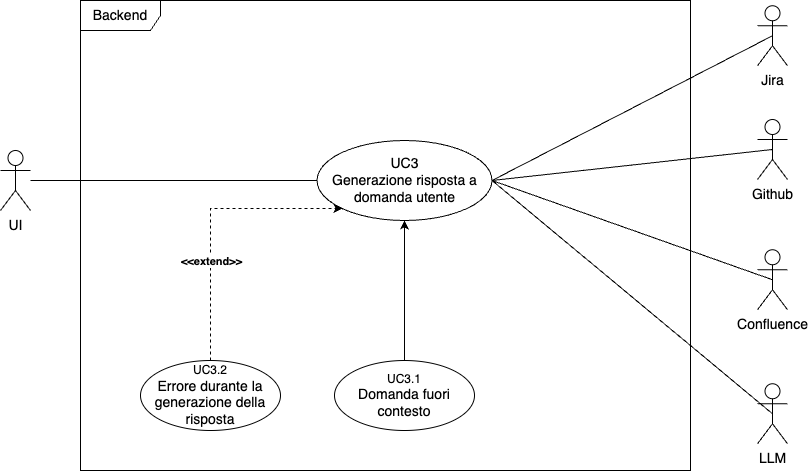
This is images/analisi-dei-requisiti/UC_elab_domanda.png from SweeTenTeam/Docs, a draw.io export, as it was before one commit. Source tidied: cells renumbered, new cells last; positions are measured from the earlier drawing's top-left corner, leaving out a move shared by most shapes.
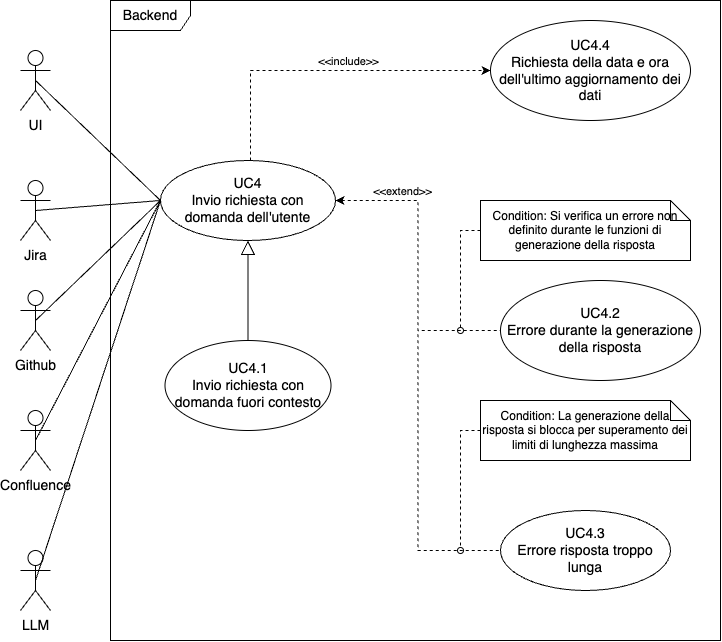
Later version of the same file.

Change to the diagram source:
```diff
@@ -3,62 +3,94 @@
     <mxCell id="0" />
     <mxCell id="1" parent="0" />
     <mxCell id="2" value="Backend" style="shape=umlFrame;whiteSpace=wrap;html=1;width=80;height=30;fontSize=14;" parent="1" vertex="1">
-      <mxGeometry x="80" width="610" height="470" as="geometry" />
+      <mxGeometry x="80" width="610" height="640" as="geometry" />
     </mxCell>
+    <mxCell id="19" style="edgeStyle=orthogonalEdgeStyle;rounded=0;jettySize=auto;html=1;entryX=0;entryY=0.5;entryDx=0;entryDy=0;endArrow=none;startFill=1;startArrow=classic;dashed=1;" parent="1" edge="1" source="3" target="14">
+      <mxGeometry relative="1" as="geometry" />
+    </mxCell>
+    <mxCell id="20" style="edgeStyle=orthogonalEdgeStyle;rounded=0;jettySize=auto;html=1;entryX=0;entryY=0.5;entryDx=0;entryDy=0;endArrow=none;startFill=1;startArrow=classic;dashed=1;" parent="1" edge="1" source="3" target="24">
+      <mxGeometry relative="1" as="geometry" />
+    </mxCell>
+    <mxCell id="13" value="&amp;lt;&amp;lt;extend&amp;gt;&amp;gt;" style="edgeLabel;html=1;align=center;verticalAlign=middle;" parent="20" vertex="1">
+      <mxGeometry x="-0.69" y="2" relative="1" as="geometry">
+        <mxPoint x="-12" y="-8" as="offset" />
+      </mxGeometry>
+    </mxCell>
+    <mxCell id="21" style="edgeStyle=orthogonalEdgeStyle;rounded=0;jettySize=auto;html=1;entryX=0;entryY=0.5;entryDx=0;entryDy=0;dashed=1;" parent="1" edge="1" source="3" target="29">
+      <mxGeometry relative="1" as="geometry">
+        <Array as="points">
+          <mxPoint x="220" y="70" />
+        </Array>
+      </mxGeometry>
+    </mxCell>
+    <mxCell id="22" value="&amp;lt;&amp;lt;include&amp;gt;&amp;gt;" style="edgeLabel;html=1;align=center;verticalAlign=middle;" parent="21" vertex="1">
+      <mxGeometry x="0.13" y="-2" relative="1" as="geometry">
+        <mxPoint x="1" y="-12" as="offset" />
+      </mxGeometry>
+    </mxCell>
-    <mxCell id="3" value="UC3&lt;div&gt;Generazione risposta a domanda utente&lt;/div&gt;" style="ellipse;whiteSpace=wrap;html=1;fontSize=14;" parent="1" vertex="1">
-      <mxGeometry x="316.5" y="140" width="175" height="80" as="geometry" />
+    <mxCell id="3" value="UC4&lt;div&gt;Invio richiesta con domanda dell'utente&lt;/div&gt;" style="ellipse;whiteSpace=wrap;html=1;fontSize=14;" parent="1" vertex="1">
+      <mxGeometry x="130" y="160" width="175" height="80" as="geometry" />
     </mxCell>
-    <mxCell id="4" style="edgeStyle=orthogonalEdgeStyle;rounded=0;jettySize=auto;html=1;endArrow=none;endFill=0;entryX=0;entryY=0.5;entryDx=0;entryDy=0;" parent="1" edge="1" source="5" target="3">
-      <mxGeometry relative="1" as="geometry" />
-    </mxCell>
     <mxCell id="5" value="UI" style="shape=umlActor;verticalLabelPosition=bottom;verticalAlign=top;html=1;fontSize=14;" parent="1" vertex="1">
-      <mxGeometry y="150" width="30" height="60" as="geometry" />
+      <mxGeometry x="-10" y="50" width="30" height="60" as="geometry" />
     </mxCell>
     <mxCell id="6" value="Jira" style="shape=umlActor;verticalLabelPosition=bottom;verticalAlign=top;html=1;fontSize=14;" parent="1" vertex="1">
-      <mxGeometry x="757" y="5.2" width="30" height="60" as="geometry" />
+      <mxGeometry x="-10" y="180" width="30" height="60" as="geometry" />
     </mxCell>
     <mxCell id="7" value="Github" style="shape=umlActor;verticalLabelPosition=bottom;verticalAlign=top;html=1;fontSize=14;" parent="1" vertex="1">
-      <mxGeometry x="757" y="119" width="30" height="60" as="geometry" />
+      <mxGeometry x="-10" y="290" width="30" height="60" as="geometry" />
     </mxCell>
     <mxCell id="8" value="Confluence" style="shape=umlActor;verticalLabelPosition=bottom;verticalAlign=top;html=1;fontSize=14;" parent="1" vertex="1">
-      <mxGeometry x="757" y="249.2" width="30" height="60" as="geometry" />
+      <mxGeometry x="-10" y="410" width="30" height="60" as="geometry" />
     </mxCell>
-    <mxCell id="9" style="edgeStyle=orthogonalEdgeStyle;rounded=0;jettySize=auto;html=1;entryX=0.5;entryY=1;entryDx=0;entryDy=0;" parent="1" edge="1" source="10" target="3">
+    <mxCell id="9" style="edgeStyle=orthogonalEdgeStyle;rounded=0;jettySize=auto;html=1;entryX=0.5;entryY=1;entryDx=0;entryDy=0;endArrow=block;endFill=0;strokeWidth=1;targetPerimeterSpacing=0;endSize=12;" parent="1" edge="1" source="10" target="3">
       <mxGeometry relative="1" as="geometry" />
     </mxCell>
-    <mxCell id="10" value="&lt;div&gt;UC3.1&lt;/div&gt;&lt;font style=&quot;font-size: 14px;&quot;&gt;Domanda fuori contesto&lt;/font&gt;" style="ellipse;whiteSpace=wrap;html=1;" parent="1" vertex="1">
-      <mxGeometry x="334" y="360" width="140" height="70" as="geometry" />
+    <mxCell id="10" value="&lt;div&gt;&lt;font style=&quot;font-size: 14px;&quot;&gt;UC4.1&lt;/font&gt;&lt;/div&gt;&lt;font style=&quot;font-size: 14px;&quot;&gt;Invio richiesta con domanda fuori contesto&lt;/font&gt;" style="ellipse;whiteSpace=wrap;html=1;" parent="1" vertex="1">
+      <mxGeometry x="134.5" y="340" width="166" height="90" as="geometry" />
     </mxCell>
     <mxCell id="11" value="LLM" style="shape=umlActor;verticalLabelPosition=bottom;verticalAlign=top;html=1;fontSize=14;" parent="1" vertex="1">
-      <mxGeometry x="757" y="383.2" width="30" height="60" as="geometry" />
+      <mxGeometry x="-10" y="550" width="30" height="60" as="geometry" />
     </mxCell>
-    <mxCell id="12" style="edgeStyle=orthogonalEdgeStyle;rounded=0;jettySize=auto;html=1;dashed=1;exitX=0.5;exitY=0;exitDx=0;exitDy=0;" parent="1" edge="1" source="14">
-      <mxGeometry relative="1" as="geometry">
-        <mxPoint x="342" y="208" as="targetPoint" />
-        <Array as="points">
-          <mxPoint x="210" y="208" />
-        </Array>
-      </mxGeometry>
-    </mxCell>
-    <mxCell id="13" value="&lt;b&gt;&amp;lt;&amp;lt;extend&amp;gt;&amp;gt;&lt;/b&gt;" style="edgeLabel;html=1;align=center;verticalAlign=middle;" parent="12" vertex="1">
-      <mxGeometry x="0.82" y="4" relative="1" as="geometry">
-        <mxPoint x="-106" y="56" as="offset" />
-      </mxGeometry>
-    </mxCell>
-    <mxCell id="14" value="&lt;div&gt;UC3.2&lt;/div&gt;&lt;span style=&quot;font-size: 14px;&quot;&gt;Errore durante la generazione della risposta&lt;/span&gt;" style="ellipse;whiteSpace=wrap;html=1;" parent="1" vertex="1">
-      <mxGeometry x="140" y="360" width="140" height="70" as="geometry" />
+    <mxCell id="14" value="&lt;div&gt;&lt;font style=&quot;font-size: 14px;&quot;&gt;UC4.2&lt;/font&gt;&lt;/div&gt;&lt;font style=&quot;font-size: 14px;&quot;&gt;Errore durante la generazione della risposta&lt;/font&gt;" style="ellipse;whiteSpace=wrap;html=1;" parent="1" vertex="1">
+      <mxGeometry x="470" y="280" width="200" height="100" as="geometry" />
     </mxCell>
-    <mxCell id="15" style="endArrow=none;html=1;rounded=0;entryX=0.5;entryY=0.5;entryDx=0;entryDy=0;entryPerimeter=0;exitX=1;exitY=0.5;exitDx=0;exitDy=0;" parent="1" edge="1" source="3" target="6">
+    <mxCell id="15" style="endArrow=none;html=1;rounded=0;entryX=0.5;entryY=0.5;entryDx=0;entryDy=0;entryPerimeter=0;exitX=0;exitY=0.5;exitDx=0;exitDy=0;" parent="1" edge="1" source="3" target="6">
       <mxGeometry relative="1" as="geometry" />
     </mxCell>
-    <mxCell id="16" style="endArrow=none;html=1;rounded=0;entryX=0.5;entryY=0.5;entryDx=0;entryDy=0;entryPerimeter=0;exitX=1;exitY=0.5;exitDx=0;exitDy=0;" parent="1" edge="1" source="3" target="7">
+    <mxCell id="16" style="endArrow=none;html=1;rounded=0;entryX=0.5;entryY=0.5;entryDx=0;entryDy=0;entryPerimeter=0;exitX=0;exitY=0.5;exitDx=0;exitDy=0;" parent="1" edge="1" source="3" target="7">
       <mxGeometry relative="1" as="geometry" />
     </mxCell>
-    <mxCell id="17" style="endArrow=none;html=1;rounded=0;entryX=0.5;entryY=0.5;entryDx=0;entryDy=0;entryPerimeter=0;exitX=1;exitY=0.5;exitDx=0;exitDy=0;" parent="1" edge="1" source="3" target="8">
+    <mxCell id="17" style="endArrow=none;html=1;rounded=0;entryX=0.5;entryY=0.5;entryDx=0;entryDy=0;entryPerimeter=0;exitX=0;exitY=0.5;exitDx=0;exitDy=0;" parent="1" edge="1" source="3" target="8">
       <mxGeometry relative="1" as="geometry" />
     </mxCell>
-    <mxCell id="18" style="endArrow=none;html=1;rounded=0;entryX=0.5;entryY=0.5;entryDx=0;entryDy=0;entryPerimeter=0;exitX=1;exitY=0.5;exitDx=0;exitDy=0;" parent="1" edge="1" source="3" target="11">
+    <mxCell id="18" style="endArrow=none;html=1;rounded=0;entryX=0.5;entryY=0.5;entryDx=0;entryDy=0;entryPerimeter=0;exitX=0;exitY=0.5;exitDx=0;exitDy=0;" parent="1" edge="1" source="3" target="11">
       <mxGeometry relative="1" as="geometry" />
     </mxCell>
+    <mxCell id="23" style="endArrow=none;html=1;rounded=0;entryX=0.5;entryY=0.5;entryDx=0;entryDy=0;entryPerimeter=0;exitX=0;exitY=0.5;exitDx=0;exitDy=0;" parent="1" edge="1" source="3" target="5">
+      <mxGeometry relative="1" as="geometry" />
+    </mxCell>
+    <mxCell id="24" value="&lt;div&gt;&lt;font style=&quot;font-size: 14px;&quot;&gt;UC4.3&lt;/font&gt;&lt;/div&gt;&lt;font style=&quot;font-size: 14px;&quot;&gt;Errore risposta troppo lunga&lt;/font&gt;" style="ellipse;whiteSpace=wrap;html=1;" parent="1" vertex="1">
+      <mxGeometry x="470" y="510" width="170" height="80" as="geometry" />
+    </mxCell>
+    <mxCell id="25" style="edgeStyle=orthogonalEdgeStyle;rounded=0;jettySize=auto;html=1;endArrow=oval;endFill=0;dashed=1;" parent="1" edge="1" source="26">
+      <mxGeometry relative="1" as="geometry">
+        <mxPoint x="430" y="330" as="targetPoint" />
+      </mxGeometry>
+    </mxCell>
+    <mxCell id="26" value="Condition: Si verifica un errore non definito durante le funzioni di generazione della risposta" style="shape=note;size=20;whiteSpace=wrap;html=1;" parent="1" vertex="1">
+      <mxGeometry x="450" y="200" width="210" height="60" as="geometry" />
+    </mxCell>
+    <mxCell id="27" style="edgeStyle=orthogonalEdgeStyle;rounded=0;jettySize=auto;html=1;dashed=1;endArrow=oval;endFill=0;" parent="1" edge="1" source="28">
+      <mxGeometry relative="1" as="geometry">
+        <mxPoint x="430" y="550" as="targetPoint" />
+      </mxGeometry>
+    </mxCell>
+    <mxCell id="28" value="Condition: La generazione della risposta si blocca per superamento dei limiti di lunghezza massima" style="shape=note;size=20;whiteSpace=wrap;html=1;" parent="1" vertex="1">
+      <mxGeometry x="450" y="400" width="210" height="60" as="geometry" />
+    </mxCell>
+    <mxCell id="29" value="&lt;div&gt;&lt;font style=&quot;font-size: 14px;&quot;&gt;UC4.4&lt;/font&gt;&lt;/div&gt;&lt;span style=&quot;font-size: 14px;&quot;&gt;Richiesta della data e ora dell'ultimo aggiornamento dei dati&lt;/span&gt;" style="ellipse;whiteSpace=wrap;html=1;" parent="1" vertex="1">
+      <mxGeometry x="460" y="20" width="200" height="100" as="geometry" />
+    </mxCell>
   </root>
 </mxGraphModel>
```
